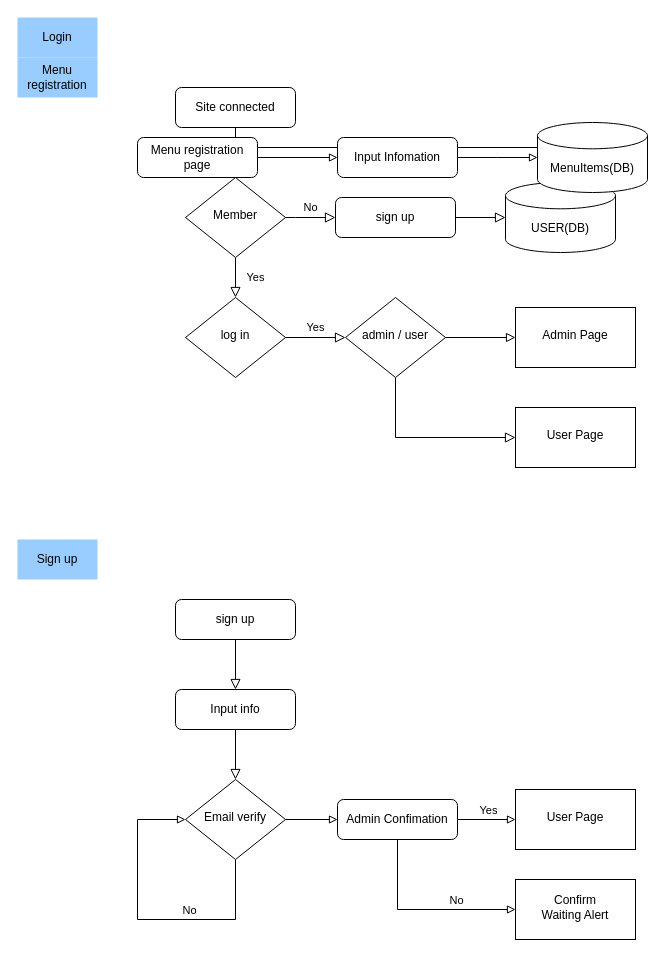
Seonjeongwan/SEONSHINE keeps this draw.io diagram as page "login / sign-in" (1 of 2) of project_info/Service_flow/service_flow_login.drawio. Above is the earlier version. Source tidied: cells renumbered, new cells numbered last; positions are measured from the earlier drawing's top-left corner, leaving out a move shared by most shapes. Both pictures are drawn from the tidied source at 100%, with x=0, y=0 at pixel (17, 17).
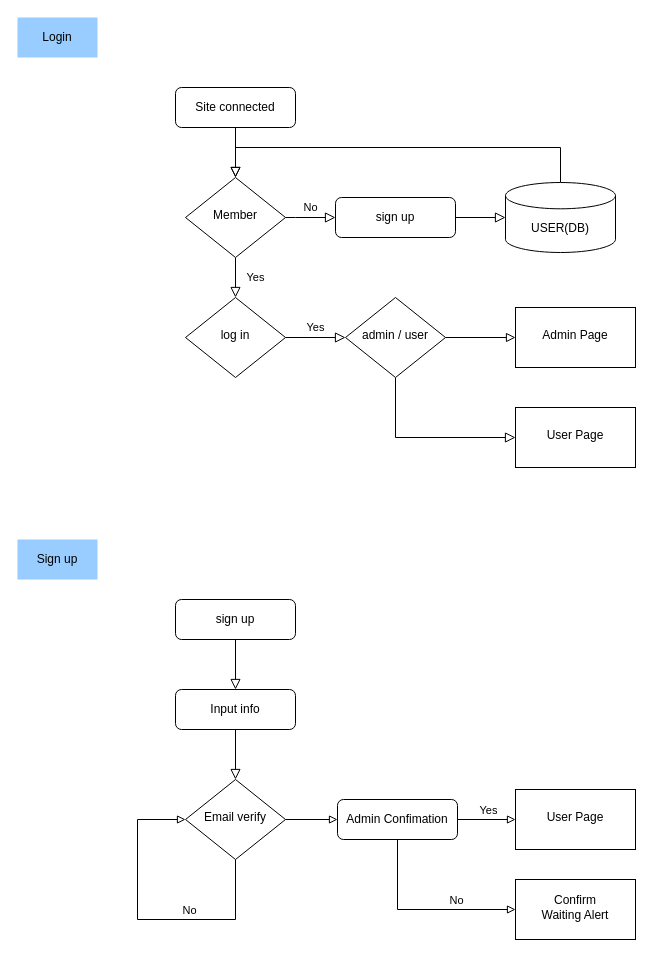
Above is the later version.

What changed in the source:
```diff
@@
-    <mxCell id="35" value="Menu registration" style="text;html=1;align=center;verticalAlign=middle;whiteSpace=wrap;rounded=0;fillColor=#99CCFF;" parent="1" vertex="1">
-      <mxGeometry y="40" width="80" height="40" as="geometry" />
-    </mxCell>
-    <mxCell id="36" style="edgeStyle=orthogonalEdgeStyle;rounded=0;html=1;entryX=0;entryY=0.5;entryDx=0;entryDy=0;endArrow=block;endFill=0;" parent="1" edge="1" source="37" target="39">
-      <mxGeometry relative="1" as="geometry" />
-    </mxCell>
-    <mxCell id="37" value="Menu registration page" style="rounded=1;whiteSpace=wrap;html=1;" parent="1" vertex="1">
-      <mxGeometry x="120" y="120" width="120" height="40" as="geometry" />
-    </mxCell>
-    <mxCell id="38" style="edgeStyle=orthogonalEdgeStyle;rounded=0;html=1;entryX=0;entryY=0.5;entryDx=0;entryDy=0;endArrow=block;endFill=0;" parent="1" edge="1" source="39">
-      <mxGeometry relative="1" as="geometry">
-        <mxPoint x="520" y="140" as="targetPoint" />
-      </mxGeometry>
-    </mxCell>
-    <mxCell id="39" value="Input Infomation" style="rounded=1;whiteSpace=wrap;html=1;" parent="1" vertex="1">
-      <mxGeometry x="320" y="120" width="120" height="40" as="geometry" />
-    </mxCell>
-    <mxCell id="40" value="MenuItems(DB)" style="shape=cylinder3;whiteSpace=wrap;html=1;boundedLbl=1;backgroundOutline=1;size=13.150943396226467;" parent="1" vertex="1">
-      <mxGeometry x="520" y="105" width="110" height="70" as="geometry" />
-    </mxCell>
```
